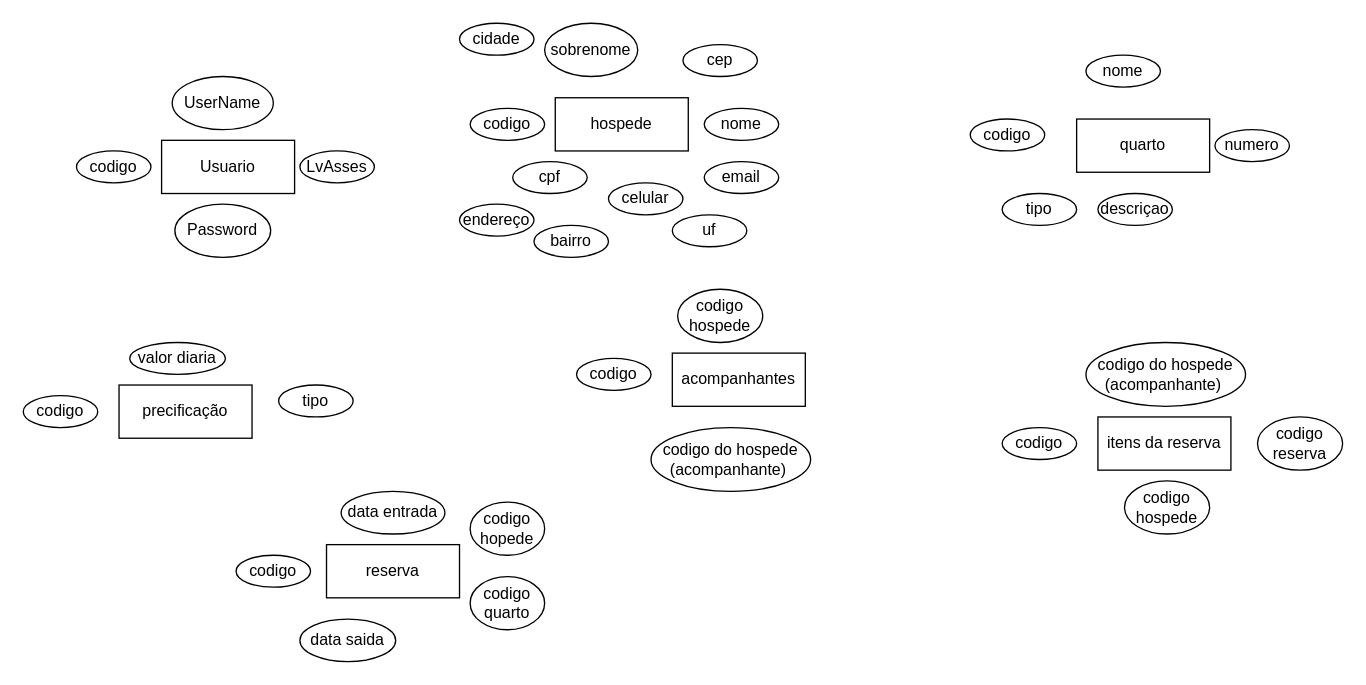
pedroabcbr/CSharp-Aprendizagem keeps this draw.io diagram as Diagrama sem nome.drawio. Above is the earlier version. Source tidied: cells renumbered, new cells numbered last; positions are measured from the earlier drawing's top-left corner, leaving out a move shared by most shapes. Both pictures are drawn from the tidied source at 133%, with x=0, y=0 at pixel (23, 23).
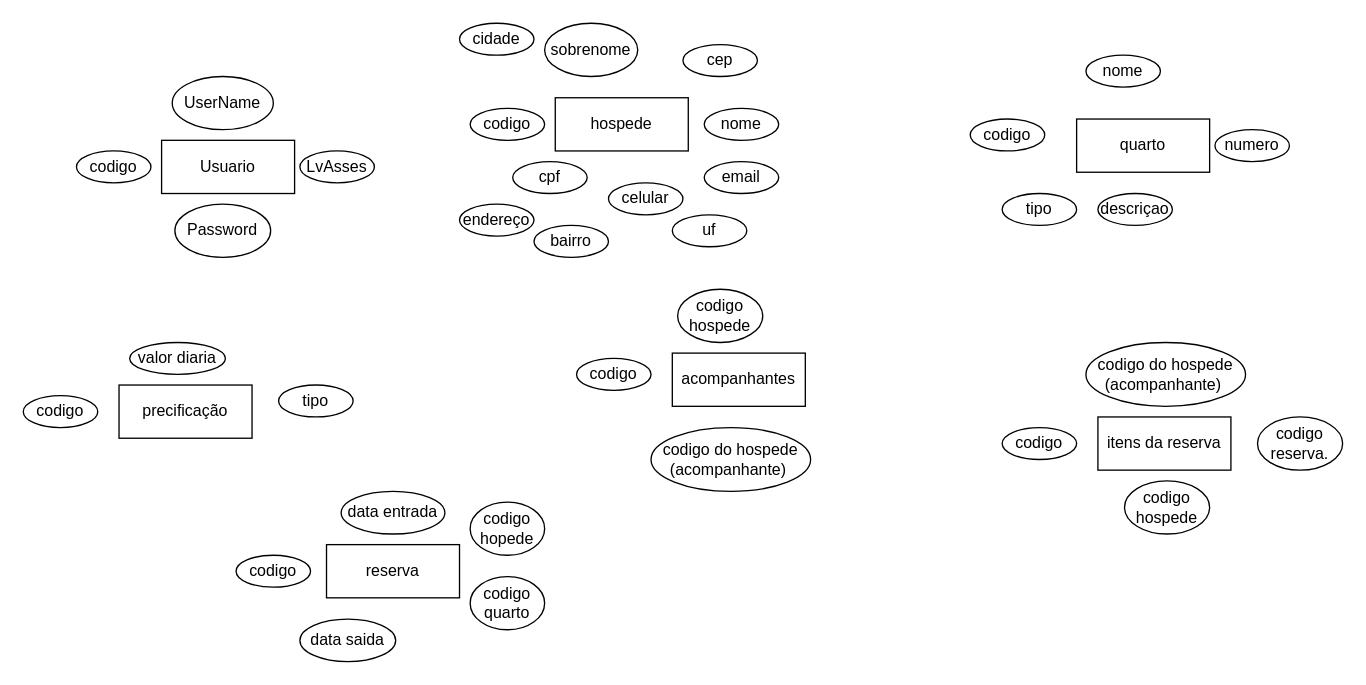
The same diagram, later.

Change to the diagram source:
```diff
@@
-    <mxCell id="37" value="codigo reserva" style="ellipse;whiteSpace=wrap;html=1;align=center;" parent="1" vertex="1">
+    <mxCell id="37" value="codigo reserva." style="ellipse;whiteSpace=wrap;html=1;align=center;" parent="1" vertex="1">
       <mxGeometry x="928" y="296" width="64" height="40" as="geometry" />
     </mxCell>
```
